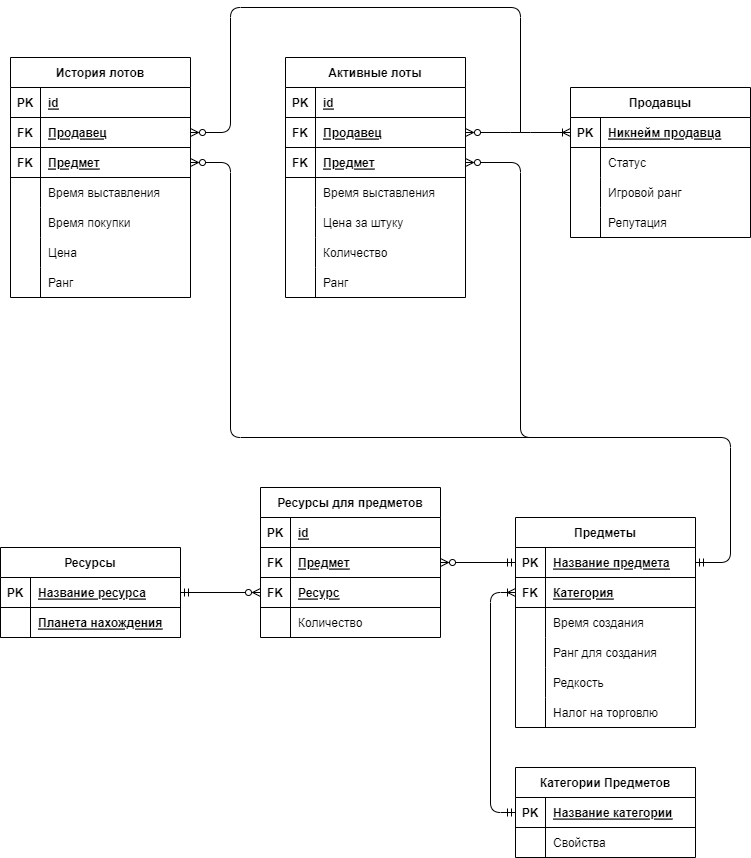
The draw.io diagram logical_model.png in RusVS1/mipt_database, before a commit. Source tidied: cells renumbered, new cells last; positions are measured from the earlier drawing's top-left corner, leaving out a move shared by most shapes.
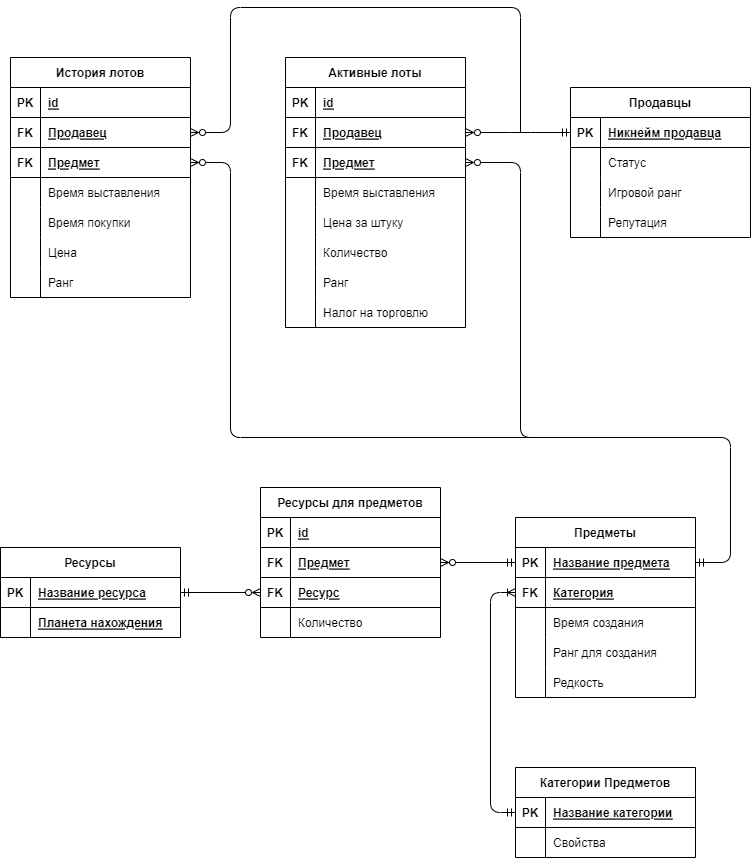
After the commit.

Change to the diagram source:
```diff
@@ -24,7 +24,7 @@
       <mxGeometry x="30" width="150" height="30" as="geometry" />
     </mxCell>
     <mxCell id="9" value="Предметы" style="shape=table;startSize=30;rowLines=0;fontStyle=1;align=center;shadow=0;" parent="1" vertex="1">
-      <mxGeometry x="515" y="510" width="180" height="210" as="geometry" />
+      <mxGeometry x="515" y="510" width="180" height="180" as="geometry" />
     </mxCell>
     <mxCell id="10" style="shape=tableRow;horizontal=0;startSize=0;swimlaneHead=0;swimlaneBody=0;fillColor=none;points=[[0,0.5],[1,0.5]];portConstraint=eastwest;top=0;left=0;right=0;bottom=1;shadow=0;" parent="9" vertex="1">
       <mxGeometry y="30" width="180" height="30" as="geometry" />
@@ -71,15 +71,6 @@
     <mxCell id="24" value="Редкость" style="shape=partialRectangle;fillColor=none;top=0;left=0;bottom=0;right=0;align=left;spacingLeft=6;overflow=hidden;shadow=0;" parent="22" vertex="1">
       <mxGeometry x="30" width="150" height="30" as="geometry" />
     </mxCell>
-    <mxCell id="25" style="shape=tableRow;horizontal=0;startSize=0;swimlaneHead=0;swimlaneBody=0;fillColor=none;top=0;left=0;right=0;bottom=0;shadow=0;" parent="9" vertex="1">
-      <mxGeometry y="180" width="180" height="30" as="geometry" />
-    </mxCell>
-    <mxCell id="26" style="shape=partialRectangle;fillColor=none;top=0;left=0;bottom=0;right=0;overflow=hidden;shadow=0;" parent="25" vertex="1">
-      <mxGeometry width="30" height="30" as="geometry" />
-    </mxCell>
-    <mxCell id="27" value="Налог на торговлю" style="shape=partialRectangle;fillColor=none;top=0;left=0;bottom=0;right=0;align=left;spacingLeft=6;overflow=hidden;shadow=0;" parent="25" vertex="1">
-      <mxGeometry x="30" width="150" height="30" as="geometry" />
-    </mxCell>
     <mxCell id="28" value="Ресурсы для предметов" style="shape=table;startSize=30;rowLines=0;fontStyle=1;align=center;shadow=0;" parent="1" vertex="1">
       <mxGeometry x="260" y="480" width="180" height="150" as="geometry" />
     </mxCell>
@@ -159,7 +150,7 @@
       <mxGeometry x="30" width="150" height="30" as="geometry" />
     </mxCell>
     <mxCell id="54" value="Активные лоты" style="shape=table;startSize=30;rowLines=0;fontStyle=1;align=center;shadow=0;" parent="1" vertex="1">
-      <mxGeometry x="285" y="50" width="180" height="240" as="geometry" />
+      <mxGeometry x="285" y="50" width="180" height="270" as="geometry" />
     </mxCell>
     <mxCell id="55" style="shape=tableRow;horizontal=0;startSize=0;swimlaneHead=0;swimlaneBody=0;fillColor=none;points=[[0,0.5],[1,0.5]];portConstraint=eastwest;top=0;left=0;right=0;bottom=1;shadow=0;" parent="54" vertex="1">
       <mxGeometry y="30" width="180" height="30" as="geometry" />
@@ -224,6 +215,15 @@
     <mxCell id="75" value="Ранг" style="shape=partialRectangle;fillColor=none;top=0;left=0;bottom=0;right=0;align=left;spacingLeft=6;overflow=hidden;shadow=0;" parent="73" vertex="1">
       <mxGeometry x="30" width="150" height="30" as="geometry" />
     </mxCell>
+    <mxCell id="113" style="shape=tableRow;horizontal=0;startSize=0;swimlaneHead=0;swimlaneBody=0;fillColor=none;top=0;left=0;right=0;bottom=0;shadow=0;" parent="54" vertex="1">
+      <mxGeometry y="240" width="180" height="30" as="geometry" />
+    </mxCell>
+    <mxCell id="26" style="shape=partialRectangle;fillColor=none;top=0;left=0;bottom=0;right=0;overflow=hidden;shadow=0;" parent="113" vertex="1">
+      <mxGeometry width="30" height="30" as="geometry" />
+    </mxCell>
+    <mxCell id="27" value="Налог на торговлю" style="shape=partialRectangle;fillColor=none;top=0;left=0;bottom=0;right=0;align=left;spacingLeft=6;overflow=hidden;shadow=0;" parent="113" vertex="1">
+      <mxGeometry x="30" width="150" height="30" as="geometry" />
+    </mxCell>
     <mxCell id="76" style="edgeStyle=none;html=1;endArrow=ERoneToMany;endFill=0;startArrow=ERmandOne;startFill=0;entryX=0;entryY=0.5;entryDx=0;entryDy=0;" parent="1" edge="1" source="3" target="13">
       <mxGeometry relative="1" as="geometry">
         <Array as="points">
@@ -235,7 +235,7 @@
     <mxCell id="77" style="edgeStyle=none;html=1;entryX=1;entryY=0.5;entryDx=0;entryDy=0;startArrow=ERmandOne;startFill=0;endArrow=ERzeroToMany;endFill=0;" parent="1" edge="1" source="10" target="32">
       <mxGeometry relative="1" as="geometry" />
     </mxCell>
-    <mxCell id="78" style="edgeStyle=none;html=1;entryX=1;entryY=0.5;entryDx=0;entryDy=0;startArrow=ERoneToMany;startFill=0;endArrow=ERzeroToMany;endFill=0;" parent="1" edge="1" source="42" target="58">
+    <mxCell id="78" style="edgeStyle=none;html=1;entryX=1;entryY=0.5;entryDx=0;entryDy=0;startArrow=ERmandOne;startFill=0;endArrow=ERzeroToMany;endFill=0;" parent="1" edge="1" source="42" target="58">
       <mxGeometry relative="1" as="geometry">
         <Array as="points">
           <mxPoint x="520" y="125" />
@@ -308,7 +308,7 @@
     <mxCell id="100" value="Ранг" style="shape=partialRectangle;fillColor=none;top=0;left=0;bottom=0;right=0;align=left;spacingLeft=6;overflow=hidden;shadow=0;" parent="98" vertex="1">
       <mxGeometry x="30" width="150" height="30" as="geometry" />
     </mxCell>
-    <mxCell id="101" style="edgeStyle=none;html=1;entryX=1;entryY=0.5;entryDx=0;entryDy=0;startArrow=ERmandOne;startFill=0;endArrow=ERzeroToMany;endFill=0;" parent="1" edge="1" source="55" target="x">
+    <mxCell id="101" style="edgeStyle=none;html=1;entryX=1;entryY=0.5;entryDx=0;entryDy=0;startArrow=ERmandOne;startFill=0;endArrow=ERzeroToMany;endFill=0;" parent="1" edge="1" source="55">
       <mxGeometry relative="1" as="geometry" />
     </mxCell>
     <mxCell id="102" style="edgeStyle=none;html=1;startArrow=ERmandOne;startFill=0;endArrow=ERzeroToMany;endFill=0;entryX=1;entryY=0.5;entryDx=0;entryDy=0;exitX=1;exitY=0.5;exitDx=0;exitDy=0;" parent="1" edge="1" source="10" target="61">
```
